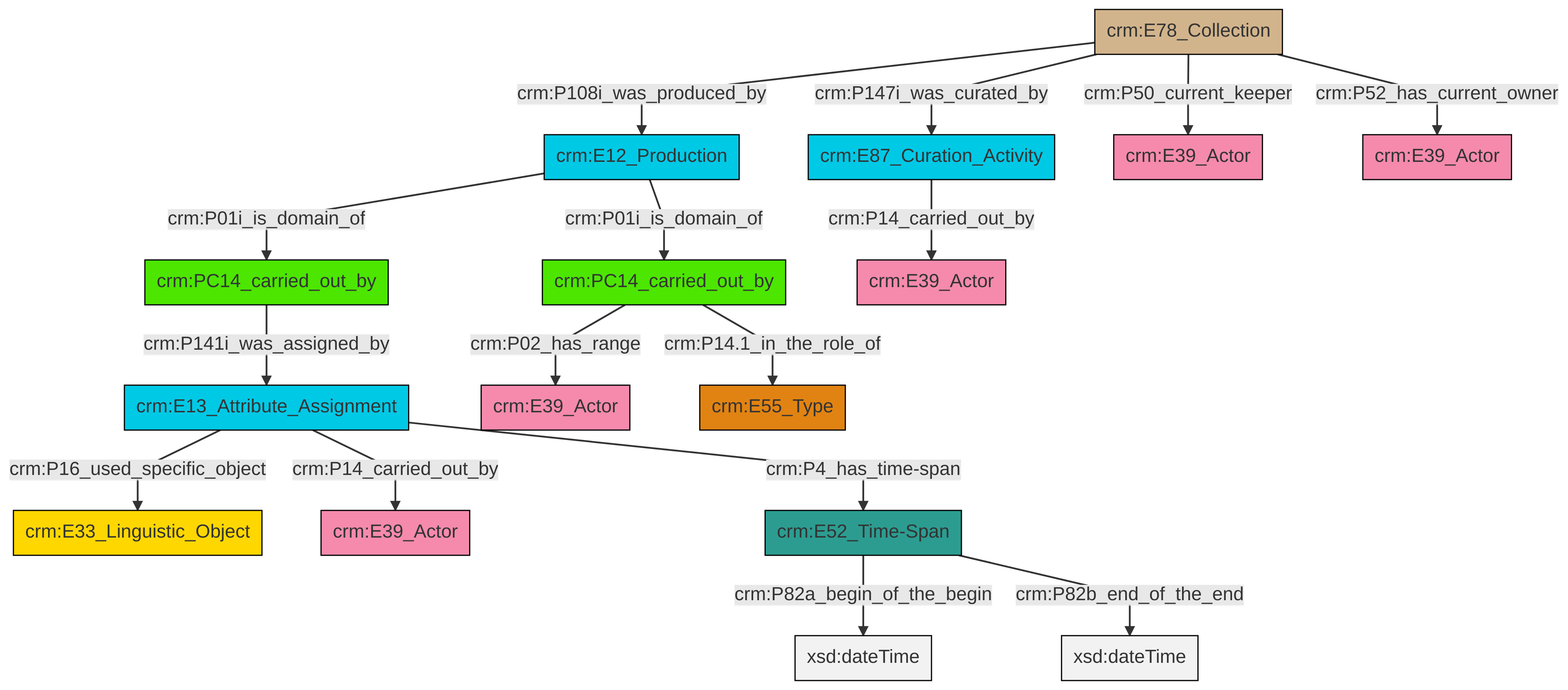
swiss-art-research-net/docs.swissartresearch keeps this Mermaid diagram as et/archivalCSV/ttl/mmd/png/archival_relation.png. Above is the earlier version. Its source is kept beside it as et/archivalCSV/ttl/mmd/archival_relation.ttl.mmd.
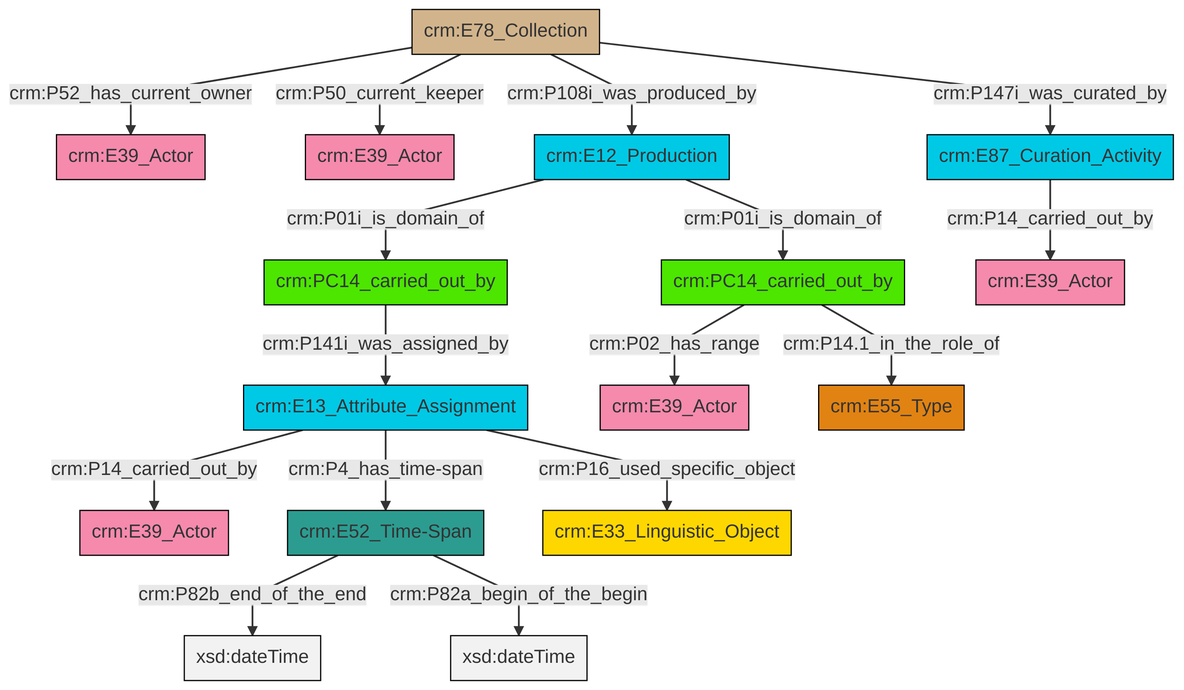
After the change.

Change to the diagram source:
```diff
@@ -13,18 +13,18 @@
 classDef PC_Classes fill:#4ce600, stroke:#000000;
 classDef Multi fill:#cccccc,stroke:#000000;
 
-2["crm:E78_Collection"]:::Physical_Thing -->|crm:P147i_was_curated_by| 3["crm:E87_Curation_Activity"]:::Temporal_Entity
-4["crm:E12_Production"]:::Temporal_Entity -->|crm:P01i_is_domain_of| 5["crm:PC14_carried_out_by"]:::PC_Classes
-2["crm:E78_Collection"]:::Physical_Thing -->|crm:P50_current_keeper| 7["crm:E39_Actor"]:::Actor
-4["crm:E12_Production"]:::Temporal_Entity -->|crm:P01i_is_domain_of| 0["crm:PC14_carried_out_by"]:::PC_Classes
-9["crm:E13_Attribute_Assignment"]:::Temporal_Entity -->|crm:P16_used_specific_object| 11["crm:E33_Linguistic_Object"]:::Conceptual_Object
-0["crm:PC14_carried_out_by"]:::PC_Classes -->|crm:P02_has_range| 18["crm:E39_Actor"]:::Actor
-2["crm:E78_Collection"]:::Physical_Thing -->|crm:P108i_was_produced_by| 4["crm:E12_Production"]:::Temporal_Entity
-9["crm:E13_Attribute_Assignment"]:::Temporal_Entity -->|crm:P14_carried_out_by| 16["crm:E39_Actor"]:::Actor
-20["crm:E52_Time-Span"]:::Time-Span -->|crm:P82a_begin_of_the_begin| 24[xsd:dateTime]:::Literal
-5["crm:PC14_carried_out_by"]:::PC_Classes -->|crm:P141i_was_assigned_by| 9["crm:E13_Attribute_Assignment"]:::Temporal_Entity
-3["crm:E87_Curation_Activity"]:::Temporal_Entity -->|crm:P14_carried_out_by| 14["crm:E39_Actor"]:::Actor
-9["crm:E13_Attribute_Assignment"]:::Temporal_Entity -->|crm:P4_has_time-span| 20["crm:E52_Time-Span"]:::Time-Span
-2["crm:E78_Collection"]:::Physical_Thing -->|crm:P52_has_current_owner| 22["crm:E39_Actor"]:::Actor
-0["crm:PC14_carried_out_by"]:::PC_Classes -->|crm:P14.1_in_the_role_of| 27["crm:E55_Type"]:::Type
-20["crm:E52_Time-Span"]:::Time-Span -->|crm:P82b_end_of_the_end| 29[xsd:dateTime]:::Literal
+2["crm:E13_Attribute_Assignment"]:::Temporal_Entity -->|crm:P14_carried_out_by| 3["crm:E39_Actor"]:::Actor
+4["crm:PC14_carried_out_by"]:::PC_Classes -->|crm:P141i_was_assigned_by| 2["crm:E13_Attribute_Assignment"]:::Temporal_Entity
+5["crm:E52_Time-Span"]:::Time-Span -->|crm:P82b_end_of_the_end| 6[xsd:dateTime]:::Literal
+9["crm:E78_Collection"]:::Physical_Thing -->|crm:P50_current_keeper| 10["crm:E39_Actor"]:::Actor
+0["crm:PC14_carried_out_by"]:::PC_Classes -->|crm:P02_has_range| 15["crm:E39_Actor"]:::Actor
+9["crm:E78_Collection"]:::Physical_Thing -->|crm:P52_has_current_owner| 7["crm:E39_Actor"]:::Actor
+9["crm:E78_Collection"]:::Physical_Thing -->|crm:P108i_was_produced_by| 17["crm:E12_Production"]:::Temporal_Entity
+5["crm:E52_Time-Span"]:::Time-Span -->|crm:P82a_begin_of_the_begin| 22[xsd:dateTime]:::Literal
+0["crm:PC14_carried_out_by"]:::PC_Classes -->|crm:P14.1_in_the_role_of| 24["crm:E55_Type"]:::Type
+17["crm:E12_Production"]:::Temporal_Entity -->|crm:P01i_is_domain_of| 4["crm:PC14_carried_out_by"]:::PC_Classes
+2["crm:E13_Attribute_Assignment"]:::Temporal_Entity -->|crm:P16_used_specific_object| 11["crm:E33_Linguistic_Object"]:::Conceptual_Object
+2["crm:E13_Attribute_Assignment"]:::Temporal_Entity -->|crm:P4_has_time-span| 5["crm:E52_Time-Span"]:::Time-Span
+13["crm:E87_Curation_Activity"]:::Temporal_Entity -->|crm:P14_carried_out_by| 19["crm:E39_Actor"]:::Actor
+9["crm:E78_Collection"]:::Physical_Thing -->|crm:P147i_was_curated_by| 13["crm:E87_Curation_Activity"]:::Temporal_Entity
+17["crm:E12_Production"]:::Temporal_Entity -->|crm:P01i_is_domain_of| 0["crm:PC14_carried_out_by"]:::PC_Classes
```
